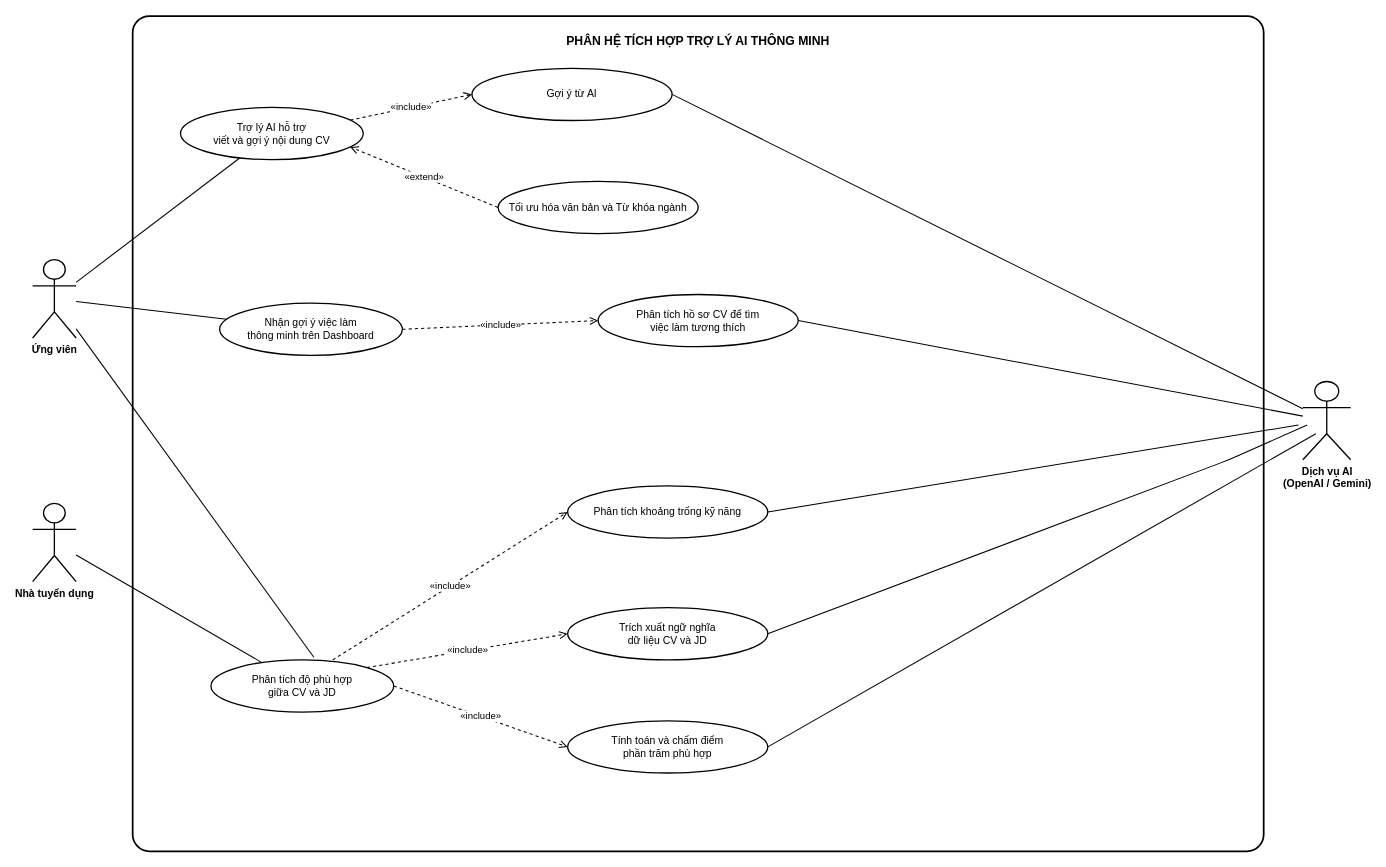
Earlier version of the draw.io diagram diagrams/usecase_ai_assistant.drawio (SE-Project-CTU/smart-recruitment-docs). Source tidied: cells renumbered, new cells numbered last; positions are measured from the earlier drawing's top-left corner, leaving out a move shared by most shapes. Both pictures are drawn from the tidied source at 87%, with x=0, y=0 at pixel (32, 16).
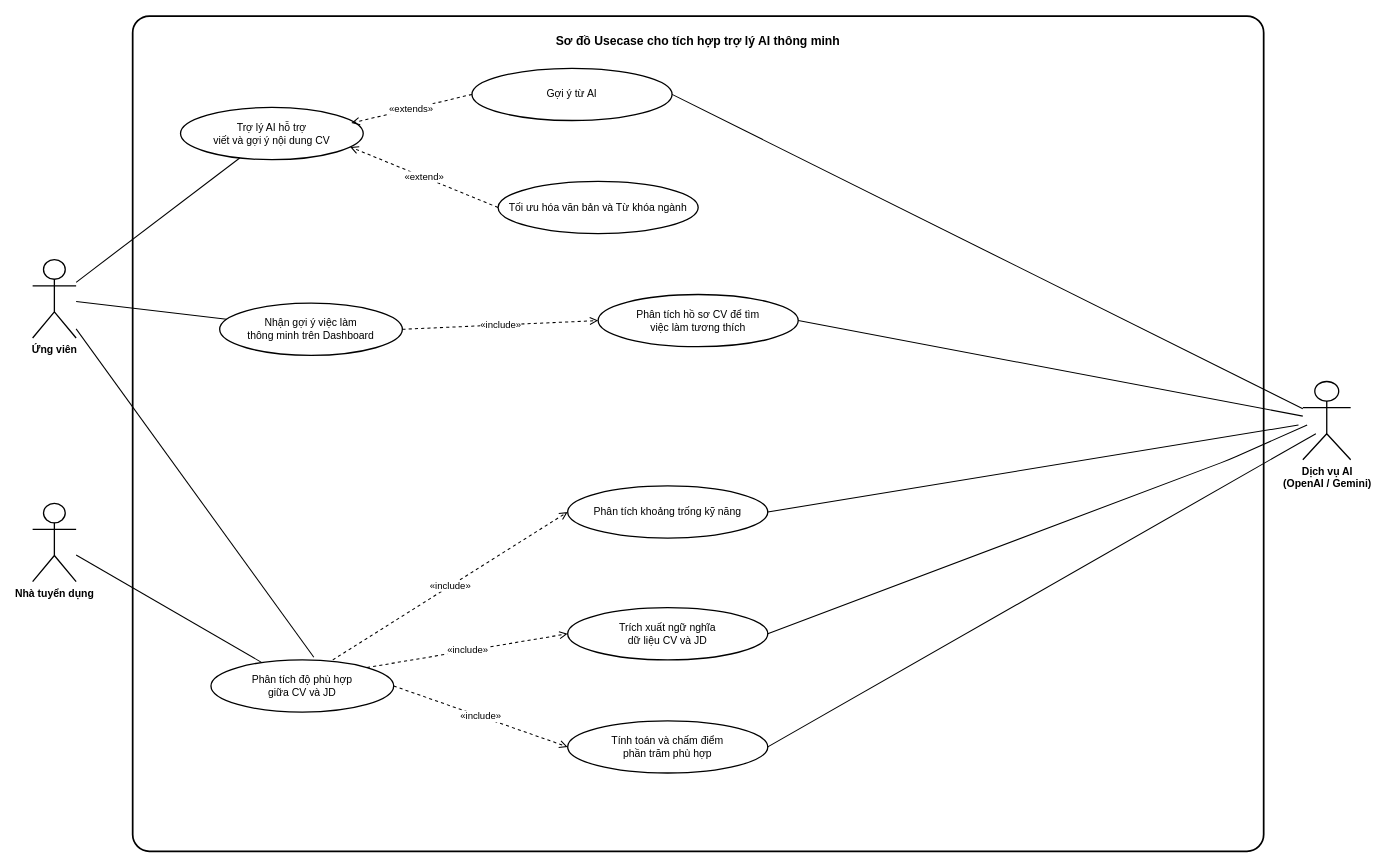
Above is the later version.

Unchanged cells that the change refers to:
```xml
<mxCell id="6" value="Trợ lý AI hỗ trợ&lt;br&gt;viết và gợi ý nội dung CV" style="ellipse;whiteSpace=wrap;html=1;strokeWidth=1.5;strokeColor=#000000;fillColor=#FFFFFF;fontColor=#000000;fontSize=12;align=center;verticalAlign=middle;" parent="1" vertex="1">
  <mxGeometry x="170" y="105" width="210" height="60" as="geometry" />
</mxCell>
<mxCell id="9" value="Gợi ý từ AI" style="ellipse;whiteSpace=wrap;html=1;strokeWidth=1.5;strokeColor=#000000;fillColor=#FFFFFF;fontColor=#000000;fontSize=12;align=center;verticalAlign=middle;" parent="1" vertex="1">
  <mxGeometry x="505" y="60" width="230" height="60" as="geometry" />
</mxCell>
```

Change to the diagram source:
```diff
@@
-    <mxCell id="2" value="PHÂN HỆ TÍCH HỢP TRỢ LÝ AI THÔNG MINH" style="rounded=1;arcSize=2;whiteSpace=wrap;html=1;strokeWidth=2;strokeColor=#000000;fillColor=#FFFFFF;fontColor=#000000;fontStyle=1;fontSize=14;verticalAlign=top;spacingTop=14;glass=0;" parent="1" vertex="1">
+    <mxCell id="2" value="&lt;div&gt;&lt;span style=&quot;background-color: transparent;&quot;&gt;Sơ đồ Usecase cho tích hợp trợ lý AI thông minh&lt;/span&gt;&lt;/div&gt;" style="rounded=1;arcSize=2;whiteSpace=wrap;html=1;strokeWidth=2;strokeColor=#000000;fillColor=#FFFFFF;fontColor=#000000;fontStyle=1;fontSize=14;verticalAlign=top;spacingTop=14;glass=0;" parent="1" vertex="1">
       <mxGeometry x="115" width="1300" height="960" as="geometry" />
     </mxCell>
@@
-    <mxCell id="22" value="«include»" style="dashed=1;endArrow=open;endFill=0;endSize=7;html=1;strokeWidth=1.2;strokeColor=#000000;fontColor=#000000;fontSize=11;labelBackgroundColor=#FFFFFF;exitX=1;exitY=0.2;exitDx=0;exitDy=0;entryX=0;entryY=0.5;entryDx=0;entryDy=0;" parent="1" edge="1" source="6" target="9">
-      <mxGeometry relative="1" as="geometry" />
+    <mxCell id="22" value="&lt;span style=&quot;color: rgb(0, 0, 0);&quot;&gt;«extends»&lt;/span&gt;" style="dashed=1;endArrow=open;endFill=0;endSize=7;html=1;strokeWidth=1.2;strokeColor=#000000;fontColor=#000000;fontSize=11;labelBackgroundColor=#FFFFFF;exitX=0;exitY=0.5;exitDx=0;exitDy=0;entryX=0.935;entryY=0.3;entryDx=0;entryDy=0;entryPerimeter=0;" parent="1" edge="1" source="9" target="6">
+      <mxGeometry x="0.01" relative="1" as="geometry" />
     </mxCell>
```
